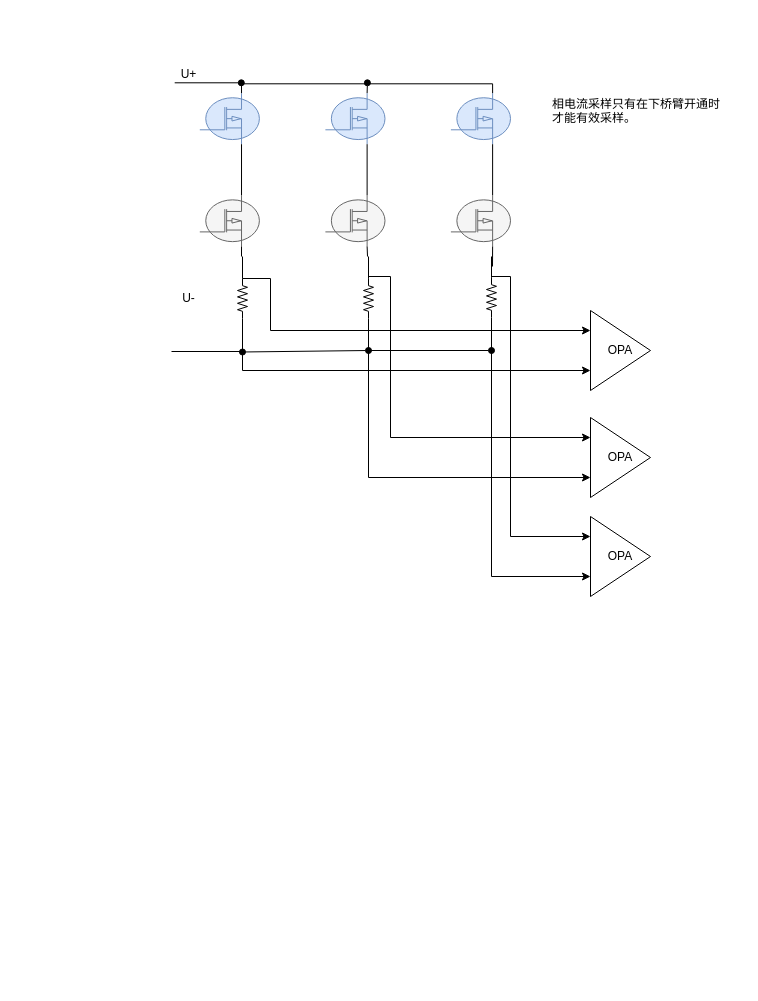
Above: page "三电阻采样" (3 of 4) of 电机采样电路分析.drawio in Vinson-001/Blog-flow-chart (draw.io), before the change. Source tidied: cells renumbered, new cells numbered last; positions are measured from the earlier drawing's top-left corner, leaving out a move shared by most shapes. Both pictures are drawn from the tidied source at 100%, with x=0, y=0 at pixel (168, 59).
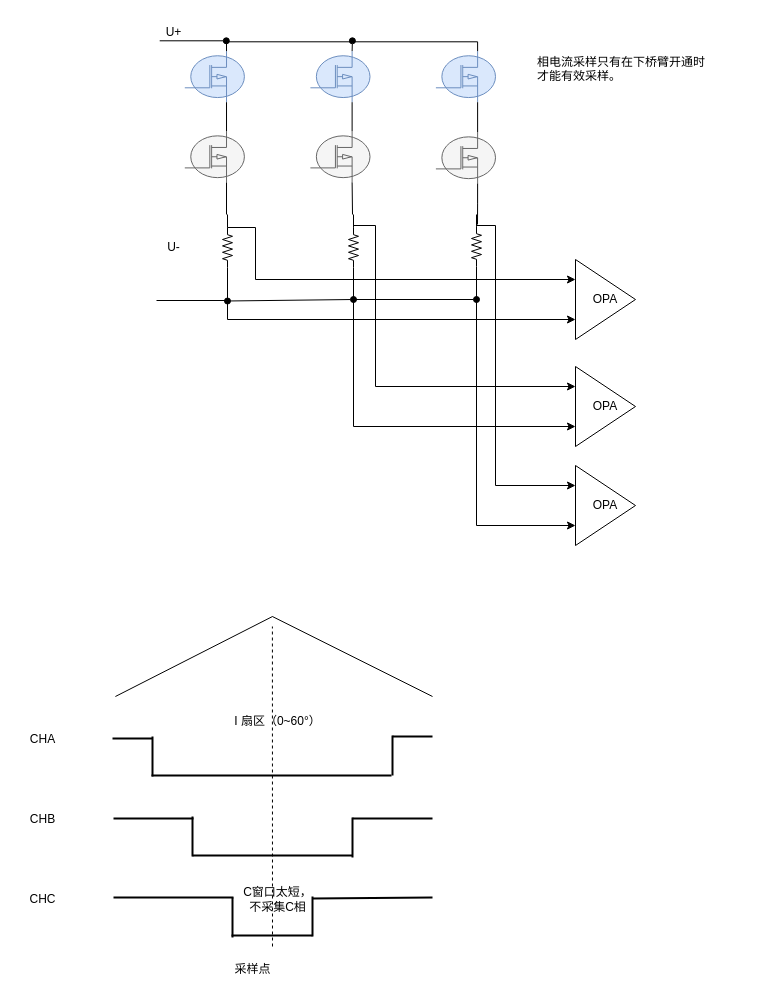
After the change.

Commit message (it also covers changes not shown here):
更新电机采样电路分析.drawio

The edit, as a diff of the source:
```diff
@@
     <mxCell id="2" style="edgeStyle=orthogonalEdgeStyle;rounded=0;jettySize=auto;html=1;exitX=0;exitY=0.5;exitDx=0;exitDy=0;exitPerimeter=0;endArrow=none;endFill=0;" parent="1" edge="1" source="5">
       <mxGeometry relative="1" as="geometry">
-        <mxPoint x="74" y="197" as="targetPoint" />
+        <mxPoint x="59" y="155" as="targetPoint" />
       </mxGeometry>
     </mxCell>
@@
     <mxCell id="4" style="edgeStyle=orthogonalEdgeStyle;rounded=0;jettySize=auto;html=1;exitX=0;exitY=0.5;exitDx=0;exitDy=0;exitPerimeter=0;entryX=0;entryY=0.25;entryDx=0;entryDy=0;" parent="1" edge="1" source="5" target="14">
       <mxGeometry relative="1" as="geometry">
         <Array as="points">
-          <mxPoint x="102" y="219" />
-          <mxPoint x="102" y="271" />
+          <mxPoint x="87" y="168" />
+          <mxPoint x="87" y="220" />
         </Array>
       </mxGeometry>
     </mxCell>
     <mxCell id="5" style="verticalLabelPosition=bottom;shadow=0;dashed=0;align=center;html=1;verticalAlign=top;shape=mxgraph.electrical.resistors.resistor_2;direction=south;" parent="1" vertex="1">
-      <mxGeometry x="69" y="219" width="10" height="40" as="geometry" />
+      <mxGeometry x="54" y="168" width="10" height="40" as="geometry" />
     </mxCell>
     <mxCell id="6" style="edgeStyle=orthogonalEdgeStyle;rounded=0;jettySize=auto;html=1;exitX=0;exitY=0.5;exitDx=0;exitDy=0;exitPerimeter=0;endArrow=none;endFill=0;" parent="1" edge="1" source="9">
       <mxGeometry relative="1" as="geometry">
-        <mxPoint x="200" y="197" as="targetPoint" />
+        <mxPoint x="185" y="155" as="targetPoint" />
       </mxGeometry>
     </mxCell>
@@
     <mxCell id="8" style="edgeStyle=orthogonalEdgeStyle;rounded=0;jettySize=auto;html=1;exitX=0;exitY=0.5;exitDx=0;exitDy=0;exitPerimeter=0;entryX=0;entryY=0.25;entryDx=0;entryDy=0;" parent="1" edge="1" source="9" target="15">
       <mxGeometry relative="1" as="geometry">
         <Array as="points">
-          <mxPoint x="200" y="217" />
-          <mxPoint x="222" y="217" />
-          <mxPoint x="222" y="378" />
+          <mxPoint x="185" y="166" />
+          <mxPoint x="207" y="166" />
+          <mxPoint x="207" y="327" />
         </Array>
       </mxGeometry>
     </mxCell>
     <mxCell id="9" style="verticalLabelPosition=bottom;shadow=0;dashed=0;align=center;html=1;verticalAlign=top;shape=mxgraph.electrical.resistors.resistor_2;direction=south;" parent="1" vertex="1">
-      <mxGeometry x="195" y="219" width="10" height="40" as="geometry" />
+      <mxGeometry x="180" y="168" width="10" height="40" as="geometry" />
     </mxCell>
     <mxCell id="10" style="edgeStyle=orthogonalEdgeStyle;rounded=0;jettySize=auto;html=1;exitX=0;exitY=0.5;exitDx=0;exitDy=0;exitPerimeter=0;endArrow=none;endFill=0;" parent="1" edge="1" source="13">
       <mxGeometry relative="1" as="geometry">
-        <mxPoint x="323" y="197" as="targetPoint" />
+        <mxPoint x="308" y="155" as="targetPoint" />
       </mxGeometry>
     </mxCell>
@@
     <mxCell id="12" style="edgeStyle=orthogonalEdgeStyle;rounded=0;jettySize=auto;html=1;exitX=0;exitY=0.5;exitDx=0;exitDy=0;exitPerimeter=0;entryX=0;entryY=0.25;entryDx=0;entryDy=0;" parent="1" edge="1" source="13" target="16">
       <mxGeometry relative="1" as="geometry">
         <Array as="points">
-          <mxPoint x="323" y="217" />
-          <mxPoint x="342" y="217" />
-          <mxPoint x="342" y="477" />
+          <mxPoint x="308" y="166" />
+          <mxPoint x="327" y="166" />
+          <mxPoint x="327" y="426" />
         </Array>
       </mxGeometry>
     </mxCell>
     <mxCell id="13" style="verticalLabelPosition=bottom;shadow=0;dashed=0;align=center;html=1;verticalAlign=top;shape=mxgraph.electrical.resistors.resistor_2;direction=south;" parent="1" vertex="1">
-      <mxGeometry x="318" y="218" width="10" height="40" as="geometry" />
+      <mxGeometry x="303" y="167" width="10" height="40" as="geometry" />
     </mxCell>
     <mxCell id="14" value="OPA" style="triangle;whiteSpace=wrap;html=1;" parent="1" vertex="1">
-      <mxGeometry x="422" y="251" width="60" height="80" as="geometry" />
+      <mxGeometry x="407" y="200" width="60" height="80" as="geometry" />
     </mxCell>
     <mxCell id="15" value="OPA" style="triangle;whiteSpace=wrap;html=1;" parent="1" vertex="1">
-      <mxGeometry x="422" y="358" width="60" height="80" as="geometry" />
+      <mxGeometry x="407" y="307" width="60" height="80" as="geometry" />
     </mxCell>
     <mxCell id="16" value="OPA" style="triangle;whiteSpace=wrap;html=1;" parent="1" vertex="1">
-      <mxGeometry x="422" y="457" width="60" height="80" as="geometry" />
+      <mxGeometry x="407" y="406" width="60" height="80" as="geometry" />
     </mxCell>
     <mxCell id="17" value="相电流采样只有在下桥臂开通时&lt;div&gt;才能有效采样。&lt;/div&gt;&lt;div&gt;&lt;br&gt;&lt;/div&gt;" style="text;html=1;align=left;verticalAlign=middle;strokeColor=none;fillColor=none;" parent="1" vertex="1">
-      <mxGeometry x="382" y="29.1" width="190" height="60" as="geometry" />
+      <mxGeometry x="367" y="-12.9" width="190" height="60" as="geometry" />
     </mxCell>
     <mxCell id="18" style="verticalLabelPosition=bottom;shadow=0;dashed=0;align=center;html=1;verticalAlign=top;shape=mxgraph.electrical.mosfets1.p-channel_mosfet_1;fillColor=#dae8fc;strokeColor=#6c8ebf;" parent="1" vertex="1">
-      <mxGeometry x="31.3" y="33.6" width="59.6" height="51.1" as="geometry" />
+      <mxGeometry x="16.3" y="-8.4" width="59.6" height="51.1" as="geometry" />
     </mxCell>
     <mxCell id="19" style="edgeStyle=orthogonalEdgeStyle;rounded=0;jettySize=auto;html=1;exitX=0.7;exitY=1;exitDx=0;exitDy=0;exitPerimeter=0;endArrow=none;endFill=0;" parent="1" edge="1" source="20">
       <mxGeometry relative="1" as="geometry">
-        <mxPoint x="73" y="197" as="targetPoint" />
+        <mxPoint x="58" y="155" as="targetPoint" />
       </mxGeometry>
     </mxCell>
     <mxCell id="20" style="verticalLabelPosition=bottom;shadow=0;dashed=0;align=center;html=1;verticalAlign=top;shape=mxgraph.electrical.mosfets1.p-channel_mosfet_1;fillColor=#f5f5f5;strokeColor=#666666;fontColor=#333333;" parent="1" vertex="1">
-      <mxGeometry x="31.3" y="135.7" width="59.6" height="51.1" as="geometry" />
+      <mxGeometry x="16.3" y="71.7" width="59.6" height="51.1" as="geometry" />
     </mxCell>
     <mxCell id="21" style="edgeStyle=orthogonalEdgeStyle;rounded=0;jettySize=auto;html=1;exitX=0.7;exitY=0;exitDx=0;exitDy=0;exitPerimeter=0;endArrow=oval;endFill=1;" parent="1" edge="1" source="22">
       <mxGeometry relative="1" as="geometry">
-        <mxPoint x="198.9" y="23.3" as="targetPoint" />
+        <mxPoint x="183.9" y="-18.7" as="targetPoint" />
       </mxGeometry>
     </mxCell>
     <mxCell id="22" style="verticalLabelPosition=bottom;shadow=0;dashed=0;align=center;html=1;verticalAlign=top;shape=mxgraph.electrical.mosfets1.p-channel_mosfet_1;fillColor=#dae8fc;strokeColor=#6c8ebf;" parent="1" vertex="1">
-      <mxGeometry x="156.9" y="33.6" width="59.6" height="51.1" as="geometry" />
+      <mxGeometry x="141.9" y="-8.4" width="59.6" height="51.1" as="geometry" />
     </mxCell>
     <mxCell id="23" style="edgeStyle=orthogonalEdgeStyle;rounded=0;jettySize=auto;html=1;exitX=0.7;exitY=1;exitDx=0;exitDy=0;exitPerimeter=0;endArrow=none;endFill=0;" parent="1" edge="1" source="24">
       <mxGeometry relative="1" as="geometry">
-        <mxPoint x="199" y="197" as="targetPoint" />
+        <mxPoint x="184" y="155" as="targetPoint" />
       </mxGeometry>
     </mxCell>
     <mxCell id="24" style="verticalLabelPosition=bottom;shadow=0;dashed=0;align=center;html=1;verticalAlign=top;shape=mxgraph.electrical.mosfets1.p-channel_mosfet_1;fillColor=#f5f5f5;strokeColor=#666666;fontColor=#333333;" parent="1" vertex="1">
-      <mxGeometry x="156.9" y="135.7" width="59.6" height="51.1" as="geometry" />
+      <mxGeometry x="141.9" y="71.7" width="59.6" height="51.1" as="geometry" />
     </mxCell>
     <mxCell id="25" style="verticalLabelPosition=bottom;shadow=0;dashed=0;align=center;html=1;verticalAlign=top;shape=mxgraph.electrical.mosfets1.p-channel_mosfet_1;fillColor=#dae8fc;strokeColor=#6c8ebf;" parent="1" vertex="1">
-      <mxGeometry x="282.4" y="33.6" width="59.6" height="51.1" as="geometry" />
+      <mxGeometry x="267.4" y="-8.4" width="59.6" height="51.1" as="geometry" />
     </mxCell>
     <mxCell id="26" style="edgeStyle=orthogonalEdgeStyle;rounded=0;jettySize=auto;html=1;exitX=0.7;exitY=1;exitDx=0;exitDy=0;exitPerimeter=0;endArrow=none;endFill=0;" parent="1" edge="1" source="27">
       <mxGeometry relative="1" as="geometry">
-        <mxPoint x="324" y="207" as="targetPoint" />
+        <mxPoint x="309" y="165" as="targetPoint" />
       </mxGeometry>
     </mxCell>
     <mxCell id="27" style="verticalLabelPosition=bottom;shadow=0;dashed=0;align=center;html=1;verticalAlign=top;shape=mxgraph.electrical.mosfets1.p-channel_mosfet_1;fillColor=#f5f5f5;strokeColor=#666666;fontColor=#333333;" parent="1" vertex="1">
-      <mxGeometry x="282.4" y="135.7" width="59.6" height="51.1" as="geometry" />
+      <mxGeometry x="267.4" y="72.7" width="59.6" height="51.1" as="geometry" />
     </mxCell>
     <mxCell id="28" style="edgeStyle=orthogonalEdgeStyle;rounded=0;jettySize=auto;html=1;exitX=0.7;exitY=0;exitDx=0;exitDy=0;exitPerimeter=0;entryX=0.7;entryY=0;entryDx=0;entryDy=0;entryPerimeter=0;endArrow=none;endFill=0;" parent="1" edge="1" source="18" target="25">
       <mxGeometry relative="1" as="geometry">
         <Array as="points">
-          <mxPoint x="73.1" y="24.3" />
-          <mxPoint x="324.5" y="24.3" />
+          <mxPoint x="58.1" y="-17.7" />
+          <mxPoint x="309.5" y="-17.7" />
         </Array>
       </mxGeometry>
     </mxCell>
@@
     <mxCell id="32" style="endArrow=none;html=1;rounded=0;startArrow=oval;startFill=1;" parent="1" edge="1">
       <mxGeometry relative="1" as="geometry">
-        <mxPoint x="72.8" y="23.3" as="sourcePoint" />
-        <mxPoint x="6.2" y="23.3" as="targetPoint" />
+        <mxPoint x="57.8" y="-18.7" as="sourcePoint" />
+        <mxPoint x="-8.8" y="-18.7" as="targetPoint" />
       </mxGeometry>
     </mxCell>
     <mxCell id="33" value="U+" style="text;html=1;align=center;verticalAlign=middle;strokeColor=none;fillColor=none;" parent="1" vertex="1">
-      <mxGeometry width="40" height="30" as="geometry" />
+      <mxGeometry x="-15" y="-42" width="40" height="30" as="geometry" />
     </mxCell>
     <mxCell id="34" value="U-" style="text;html=1;align=center;verticalAlign=middle;strokeColor=none;fillColor=none;" parent="1" vertex="1">
-      <mxGeometry x="-0.1" y="224" width="40" height="30" as="geometry" />
+      <mxGeometry x="-15.1" y="173" width="40" height="30" as="geometry" />
     </mxCell>
     <mxCell id="35" style="endArrow=oval;html=1;rounded=0;entryX=1;entryY=0.5;entryDx=0;entryDy=0;entryPerimeter=0;startArrow=oval;startFill=1;endFill=1;" parent="1" edge="1">
       <mxGeometry relative="1" as="geometry">
-        <mxPoint x="74" y="292.5" as="sourcePoint" />
-        <mxPoint x="200" y="291" as="targetPoint" />
+        <mxPoint x="59" y="241.5" as="sourcePoint" />
+        <mxPoint x="185" y="240" as="targetPoint" />
       </mxGeometry>
     </mxCell>
     <mxCell id="36" style="edgeStyle=orthogonalEdgeStyle;rounded=0;orthogonalLoop=1;jettySize=auto;html=1;exitX=1;exitY=0.5;exitDx=0;exitDy=0;exitPerimeter=0;entryX=1;entryY=0.5;entryDx=0;entryDy=0;entryPerimeter=0;endArrow=oval;endFill=1;" parent="1" edge="1">
       <mxGeometry relative="1" as="geometry">
-        <mxPoint x="200" y="292" as="sourcePoint" />
-        <mxPoint x="323" y="291" as="targetPoint" />
+        <mxPoint x="185" y="241" as="sourcePoint" />
+        <mxPoint x="308" y="240" as="targetPoint" />
         <Array as="points">
-          <mxPoint x="200" y="291" />
+          <mxPoint x="185" y="240" />
         </Array>
       </mxGeometry>
     </mxCell>
     <mxCell id="37" style="endArrow=none;html=1;rounded=0;" parent="1" edge="1">
       <mxGeometry relative="1" as="geometry">
-        <mxPoint x="3" y="292" as="sourcePoint" />
-        <mxPoint x="73" y="292" as="targetPoint" />
+        <mxPoint x="-12" y="241" as="sourcePoint" />
+        <mxPoint x="58" y="241" as="targetPoint" />
       </mxGeometry>
     </mxCell>
+    <mxCell id="38" style="endArrow=none;html=1;rounded=0;curved=1;strokeWidth=2;" parent="1" edge="1">
+      <mxGeometry relative="1" as="geometry">
+        <mxPoint x="-56" y="679" as="sourcePoint" />
+        <mxPoint x="-16" y="679" as="targetPoint" />
+      </mxGeometry>
+    </mxCell>
+    <mxCell id="39" style="endArrow=none;html=1;rounded=0;curved=1;strokeWidth=2;" parent="1" edge="1">
+      <mxGeometry relative="1" as="geometry">
+        <mxPoint x="-16" y="717" as="sourcePoint" />
+        <mxPoint x="-16" y="677" as="targetPoint" />
+      </mxGeometry>
+    </mxCell>
+    <mxCell id="40" style="endArrow=none;html=1;rounded=0;curved=1;strokeWidth=2;" parent="1" edge="1">
+      <mxGeometry relative="1" as="geometry">
+        <mxPoint x="-17" y="716" as="sourcePoint" />
+        <mxPoint x="223" y="716" as="targetPoint" />
+      </mxGeometry>
+    </mxCell>
+    <mxCell id="41" style="endArrow=none;html=1;rounded=0;curved=1;strokeWidth=2;" parent="1" edge="1">
+      <mxGeometry relative="1" as="geometry">
+        <mxPoint x="224" y="716" as="sourcePoint" />
+        <mxPoint x="224" y="676" as="targetPoint" />
+      </mxGeometry>
+    </mxCell>
+    <mxCell id="42" style="endArrow=none;html=1;rounded=0;curved=1;strokeWidth=2;" parent="1" edge="1">
+      <mxGeometry relative="1" as="geometry">
+        <mxPoint x="224" y="677" as="sourcePoint" />
+        <mxPoint x="264" y="677" as="targetPoint" />
+      </mxGeometry>
+    </mxCell>
+    <mxCell id="43" style="endArrow=none;html=1;rounded=0;curved=1;strokeWidth=2;" parent="1" edge="1">
+      <mxGeometry relative="1" as="geometry">
+        <mxPoint x="-55" y="759" as="sourcePoint" />
+        <mxPoint x="25" y="759" as="targetPoint" />
+      </mxGeometry>
+    </mxCell>
+    <mxCell id="44" style="endArrow=none;html=1;rounded=0;curved=1;strokeWidth=2;" parent="1" edge="1">
+      <mxGeometry relative="1" as="geometry">
+        <mxPoint x="24" y="797" as="sourcePoint" />
+        <mxPoint x="24" y="757" as="targetPoint" />
+      </mxGeometry>
+    </mxCell>
+    <mxCell id="45" style="endArrow=none;html=1;rounded=0;curved=1;strokeWidth=2;" parent="1" edge="1">
+      <mxGeometry relative="1" as="geometry">
+        <mxPoint x="24" y="796" as="sourcePoint" />
+        <mxPoint x="184" y="796" as="targetPoint" />
+      </mxGeometry>
+    </mxCell>
+    <mxCell id="46" style="endArrow=none;html=1;rounded=0;curved=1;strokeWidth=2;" parent="1" edge="1">
+      <mxGeometry relative="1" as="geometry">
+        <mxPoint x="184" y="798" as="sourcePoint" />
+        <mxPoint x="184" y="758" as="targetPoint" />
+      </mxGeometry>
+    </mxCell>
+    <mxCell id="47" style="endArrow=none;html=1;rounded=0;curved=1;strokeWidth=2;" parent="1" edge="1">
+      <mxGeometry relative="1" as="geometry">
+        <mxPoint x="184" y="759" as="sourcePoint" />
+        <mxPoint x="264" y="759" as="targetPoint" />
+      </mxGeometry>
+    </mxCell>
+    <mxCell id="48" style="endArrow=none;html=1;rounded=0;curved=1;strokeWidth=2;" parent="1" edge="1">
+      <mxGeometry relative="1" as="geometry">
+        <mxPoint x="-55" y="838" as="sourcePoint" />
+        <mxPoint x="65" y="838" as="targetPoint" />
+      </mxGeometry>
+    </mxCell>
+    <mxCell id="49" style="endArrow=none;html=1;rounded=0;curved=1;strokeWidth=2;" parent="1" edge="1">
+      <mxGeometry relative="1" as="geometry">
+        <mxPoint x="64" y="878" as="sourcePoint" />
+        <mxPoint x="64" y="838" as="targetPoint" />
+      </mxGeometry>
+    </mxCell>
+    <mxCell id="50" style="endArrow=none;html=1;rounded=0;curved=1;strokeWidth=2;" parent="1" edge="1">
+      <mxGeometry relative="1" as="geometry">
+        <mxPoint x="63" y="876" as="sourcePoint" />
+        <mxPoint x="144" y="876" as="targetPoint" />
+      </mxGeometry>
+    </mxCell>
+    <mxCell id="51" style="endArrow=none;html=1;rounded=0;curved=1;strokeWidth=2;" parent="1" edge="1">
+      <mxGeometry relative="1" as="geometry">
+        <mxPoint x="144" y="877" as="sourcePoint" />
+        <mxPoint x="144" y="837" as="targetPoint" />
+      </mxGeometry>
+    </mxCell>
+    <mxCell id="52" style="endArrow=none;html=1;rounded=0;curved=1;strokeWidth=2;" parent="1" edge="1">
+      <mxGeometry relative="1" as="geometry">
+        <mxPoint x="144" y="839" as="sourcePoint" />
+        <mxPoint x="264" y="838" as="targetPoint" />
+      </mxGeometry>
+    </mxCell>
+    <mxCell id="53" value="I 扇区（0~60°）" style="text;html=1;align=center;verticalAlign=middle;strokeColor=none;fillColor=none;" parent="1" vertex="1">
+      <mxGeometry x="54" y="647" width="110" height="30" as="geometry" />
+    </mxCell>
+    <mxCell id="54" value="CHA" style="text;html=1;align=center;verticalAlign=middle;strokeColor=none;fillColor=none;" parent="1" vertex="1">
+      <mxGeometry x="-151" y="665" width="50" height="30" as="geometry" />
+    </mxCell>
+    <mxCell id="55" value="CHB" style="text;html=1;align=center;verticalAlign=middle;strokeColor=none;fillColor=none;" parent="1" vertex="1">
+      <mxGeometry x="-151" y="745" width="50" height="30" as="geometry" />
+    </mxCell>
+    <mxCell id="56" value="CHC" style="text;html=1;align=center;verticalAlign=middle;strokeColor=none;fillColor=none;" parent="1" vertex="1">
+      <mxGeometry x="-151" y="825" width="50" height="30" as="geometry" />
+    </mxCell>
+    <mxCell id="57" style="endArrow=none;html=1;rounded=0;" parent="1" edge="1">
+      <mxGeometry relative="1" as="geometry">
+        <mxPoint x="-53.1" y="637" as="sourcePoint" />
+        <mxPoint x="104" y="557" as="targetPoint" />
+      </mxGeometry>
+    </mxCell>
+    <mxCell id="58" style="endArrow=none;html=1;rounded=0;" parent="1" edge="1">
+      <mxGeometry relative="1" as="geometry">
+        <mxPoint x="103.9" y="557" as="sourcePoint" />
+        <mxPoint x="264" y="637" as="targetPoint" />
+      </mxGeometry>
+    </mxCell>
+    <mxCell id="59" style="endArrow=none;dashed=1;html=1;rounded=0;" parent="1" edge="1">
+      <mxGeometry relative="1" as="geometry">
+        <mxPoint x="104" y="887" as="sourcePoint" />
+        <mxPoint x="103.9" y="567" as="targetPoint" />
+      </mxGeometry>
+    </mxCell>
+    <mxCell id="60" value="采样点" style="text;html=1;align=center;verticalAlign=middle;strokeColor=none;fillColor=none;" parent="1" vertex="1">
+      <mxGeometry x="54" y="895" width="60" height="30" as="geometry" />
+    </mxCell>
+    <mxCell id="61" value="C窗口太短，&lt;div&gt;不采集C相&lt;/div&gt;" style="text;html=1;align=center;verticalAlign=middle;strokeColor=none;fillColor=none;" parent="1" vertex="1">
+      <mxGeometry x="64" y="820" width="90" height="40" as="geometry" />
+    </mxCell>
```
